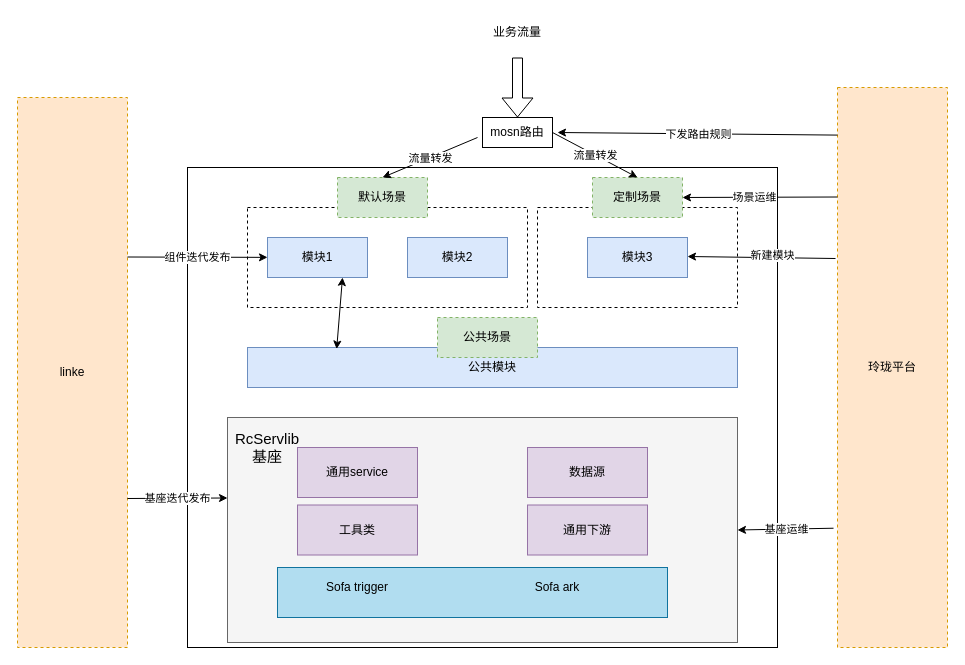
Before: linglong2.drawio in hwjcc969/topdown, a draw.io diagram. Source tidied: cells renumbered, new cells numbered last; positions are measured from the earlier drawing's top-left corner, leaving out a move shared by most shapes. Both pictures are drawn from the tidied source at 100%, with x=0, y=0 at pixel (17, 17).
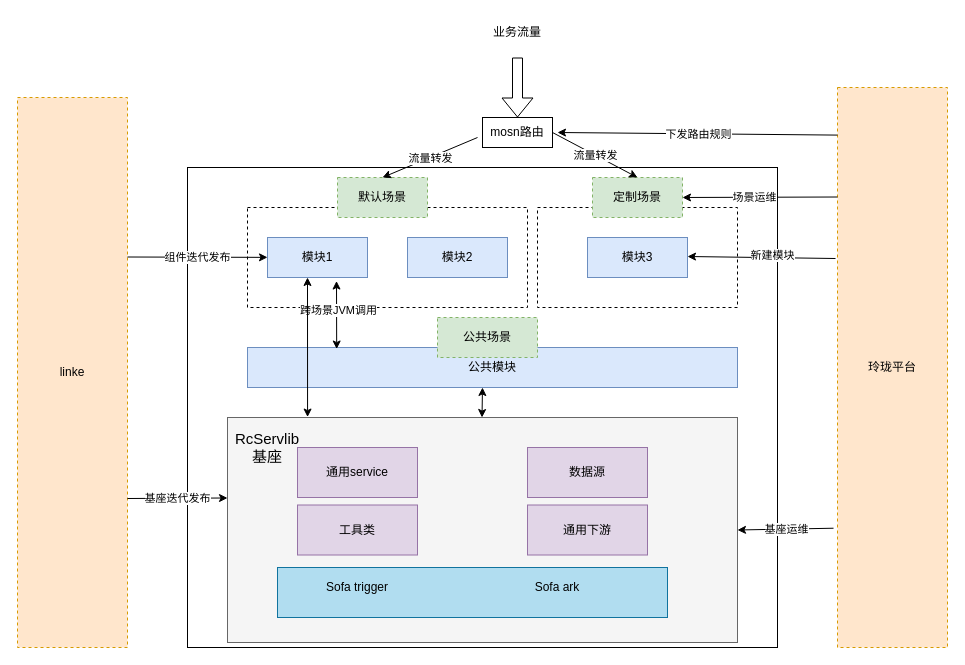
The same page after the edit.

The change refers to these unchanged cells:
```xml
<mxCell id="3" style="rounded=0;whiteSpace=wrap;html=1;fillColor=#f5f5f5;fontColor=#333333;strokeColor=#666666;" parent="1" vertex="1">
  <mxGeometry x="210" y="400" width="510" height="225" as="geometry" />
</mxCell>
<mxCell id="13" value="模块1" style="rounded=0;whiteSpace=wrap;html=1;fillColor=#dae8fc;strokeColor=#6c8ebf;" parent="1" vertex="1">
  <mxGeometry x="250" y="220" width="100" height="40" as="geometry" />
</mxCell>
<mxCell id="40" value="公共模块" style="rounded=0;whiteSpace=wrap;html=1;fillColor=#dae8fc;strokeColor=#6c8ebf;" parent="1" vertex="1">
  <mxGeometry x="230" y="330" width="490" height="40" as="geometry" />
</mxCell>
```

Change to the diagram source:
```diff
@@
-    <mxCell id="42" style="endArrow=classic;startArrow=classic;html=1;rounded=0;exitX=0.182;exitY=0.038;exitDx=0;exitDy=0;exitPerimeter=0;entryX=0.75;entryY=1;entryDx=0;entryDy=0;" parent="1" edge="1" source="40" target="13">
+    <mxCell id="42" style="endArrow=classic;startArrow=classic;html=1;rounded=0;exitX=0.182;exitY=0.038;exitDx=0;exitDy=0;exitPerimeter=0;entryX=0.69;entryY=1.088;entryDx=0;entryDy=0;entryPerimeter=0;" parent="1" edge="1" source="40" target="13">
       <mxGeometry relative="1" as="geometry" />
     </mxCell>
+    <mxCell id="43" value="跨场景JVM调用" style="edgeLabel;html=1;align=center;verticalAlign=middle;" parent="42" vertex="1">
+      <mxGeometry x="0.15" y="-1" relative="1" as="geometry" />
+    </mxCell>
+    <mxCell id="44" style="endArrow=classic;startArrow=classic;html=1;rounded=0;entryX=0.69;entryY=1.088;entryDx=0;entryDy=0;entryPerimeter=0;" parent="1" edge="1">
+      <mxGeometry relative="1" as="geometry">
+        <mxPoint x="465" y="370" as="sourcePoint" />
+        <mxPoint x="464.5" y="400" as="targetPoint" />
+      </mxGeometry>
+    </mxCell>
+    <mxCell id="45" style="endArrow=classic;startArrow=classic;html=1;rounded=0;exitX=0.157;exitY=-0.002;exitDx=0;exitDy=0;exitPerimeter=0;" parent="1" edge="1" source="3">
+      <mxGeometry relative="1" as="geometry">
+        <mxPoint x="290" y="260" as="targetPoint" />
+      </mxGeometry>
+    </mxCell>
```
